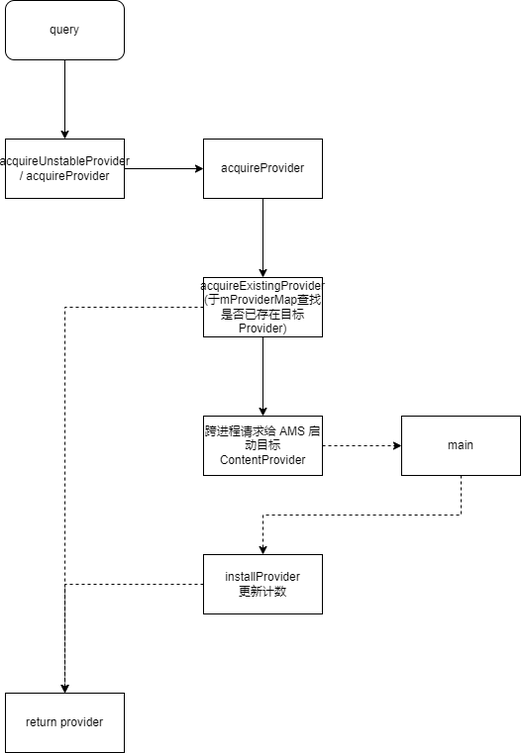
huanggenghg/huanggenghg keeps this draw.io diagram as res/acquireProvider 的具体实现.drawio.png. Above is the earlier version. Source tidied: cells renumbered, new cells last; positions are measured from the earlier drawing's top-left corner, leaving out a move shared by most shapes.
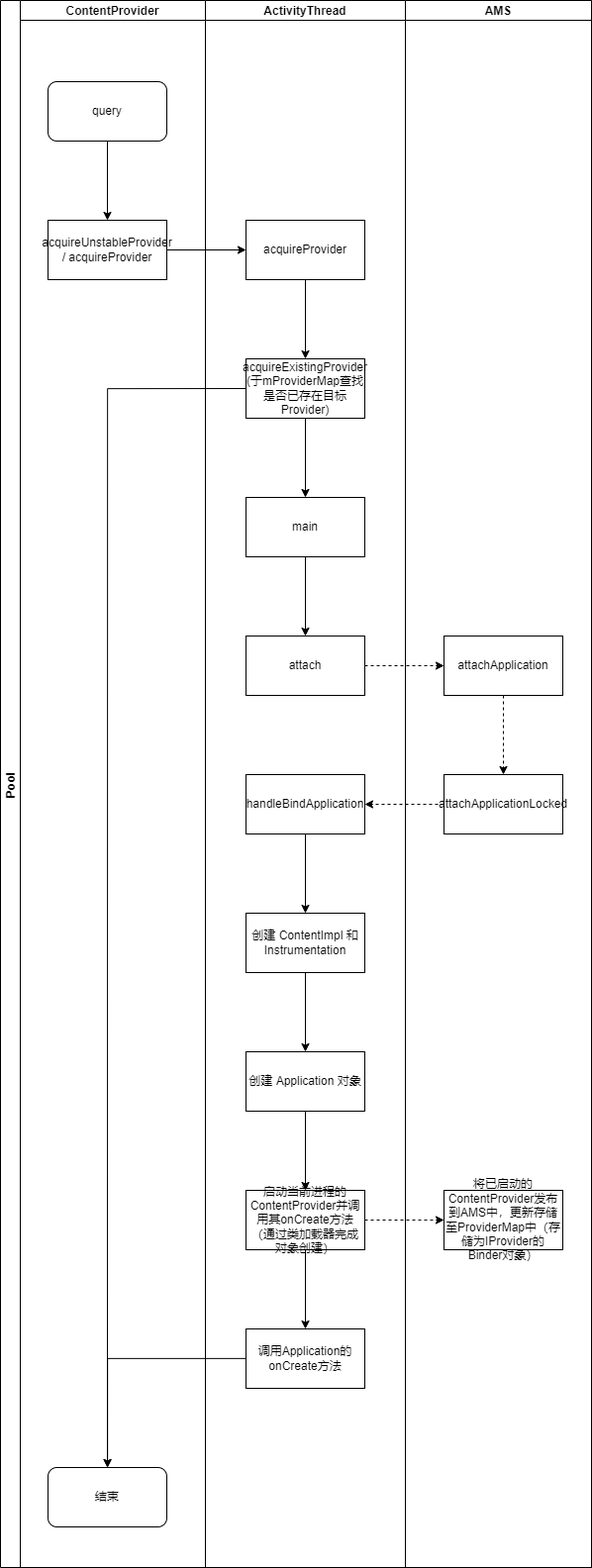
The same file after the commit.

Commit message:
更新acquireProvider 的具体实现.drawio.png

The edit, as a diff of the source:
```diff
@@ -25,32 +25,86 @@
     <mxCell id="8" style="edgeStyle=orthogonalEdgeStyle;rounded=0;jettySize=auto;html=1;" parent="1" edge="1" source="10" target="12">
       <mxGeometry relative="1" as="geometry" />
     </mxCell>
-    <mxCell id="9" style="edgeStyle=orthogonalEdgeStyle;rounded=0;jettySize=auto;html=1;exitX=0;exitY=0.5;exitDx=0;exitDy=0;dashed=1;" parent="1" edge="1" source="10" target="17">
+    <mxCell id="9" style="edgeStyle=orthogonalEdgeStyle;rounded=0;jettySize=auto;html=1;exitX=0;exitY=0.5;exitDx=0;exitDy=0;entryX=0.5;entryY=0;entryDx=0;entryDy=0;" parent="1" edge="1" source="10" target="40">
       <mxGeometry relative="1" as="geometry" />
     </mxCell>
     <mxCell id="10" value="acquireExistingProvider&lt;br&gt;(于mProviderMap查找是否已存在目标Provider)" style="whiteSpace=wrap;html=1;rounded=0;" parent="1" vertex="1">
       <mxGeometry x="200" y="280" width="120" height="60" as="geometry" />
     </mxCell>
-    <mxCell id="11" style="edgeStyle=orthogonalEdgeStyle;rounded=0;jettySize=auto;html=1;dashed=1;" parent="1" edge="1" source="12" target="16">
-      <mxGeometry relative="1" as="geometry" />
-    </mxCell>
+    <mxCell id="18" style="edgeStyle=orthogonalEdgeStyle;rounded=0;jettySize=auto;html=1;exitX=0.5;exitY=1;exitDx=0;exitDy=0;" parent="1" edge="1" source="12" target="14">
+      <mxGeometry relative="1" as="geometry" />
+    </mxCell>
-    <mxCell id="12" value="跨进程请求给 AMS 启动目标 ContentProvider" style="whiteSpace=wrap;html=1;rounded=0;" parent="1" vertex="1">
+    <mxCell id="12" value="main" style="whiteSpace=wrap;html=1;rounded=0;" parent="1" vertex="1">
       <mxGeometry x="200" y="420" width="120" height="60" as="geometry" />
     </mxCell>
-    <mxCell id="13" style="edgeStyle=orthogonalEdgeStyle;rounded=0;jettySize=auto;html=1;dashed=1;entryX=0.5;entryY=0;entryDx=0;entryDy=0;" parent="1" edge="1" source="14" target="17">
-      <mxGeometry relative="1" as="geometry" />
-    </mxCell>
+    <mxCell id="19" style="edgeStyle=orthogonalEdgeStyle;rounded=0;jettySize=auto;html=1;dashed=1;" parent="1" edge="1" source="14" target="26">
+      <mxGeometry relative="1" as="geometry" />
+    </mxCell>
-    <mxCell id="14" value="installProvider&lt;br&gt;更新计数" style="whiteSpace=wrap;html=1;rounded=0;" parent="1" vertex="1">
+    <mxCell id="14" value="attach" style="whiteSpace=wrap;html=1;rounded=0;" parent="1" vertex="1">
       <mxGeometry x="200" y="560" width="120" height="60" as="geometry" />
     </mxCell>
-    <mxCell id="15" style="edgeStyle=orthogonalEdgeStyle;rounded=0;jettySize=auto;html=1;exitX=0.5;exitY=1;exitDx=0;exitDy=0;entryX=0.5;entryY=0;entryDx=0;entryDy=0;dashed=1;" parent="1" edge="1" source="16" target="14">
-      <mxGeometry relative="1" as="geometry" />
-    </mxCell>
-    <mxCell id="16" value="main" style="whiteSpace=wrap;html=1;rounded=0;" parent="1" vertex="1">
-      <mxGeometry x="400" y="420" width="120" height="60" as="geometry" />
-    </mxCell>
-    <mxCell id="17" value="return provider" style="whiteSpace=wrap;html=1;rounded=0;" parent="1" vertex="1">
-      <mxGeometry y="700" width="120" height="60" as="geometry" />
-    </mxCell>
+    <mxCell id="20" value="Pool" style="swimlane;startSize=20;horizontal=0;" parent="1" vertex="1">
+      <mxGeometry x="-48" y="-82" width="597" height="1583" as="geometry" />
+    </mxCell>
+    <mxCell id="21" value="ContentProvider" style="swimlane;startSize=20;" parent="20" vertex="1">
+      <mxGeometry x="20" width="187" height="1583" as="geometry" />
+    </mxCell>
+    <mxCell id="22" value="ActivityThread" style="swimlane;startSize=20;" parent="20" vertex="1">
+      <mxGeometry x="207" width="202" height="1583" as="geometry" />
+    </mxCell>
+    <mxCell id="23" value="handleBindApplication" style="whiteSpace=wrap;html=1;rounded=0;" parent="22" vertex="1">
+      <mxGeometry x="41" y="782" width="120" height="60" as="geometry" />
+    </mxCell>
+    <mxCell id="24" value="AMS" style="swimlane;startSize=20;" parent="20" vertex="1">
+      <mxGeometry x="409" width="188" height="1583" as="geometry" />
+    </mxCell>
+    <mxCell id="25" style="edgeStyle=orthogonalEdgeStyle;rounded=0;jettySize=auto;html=1;dashed=1;" parent="24" edge="1" source="26" target="27">
+      <mxGeometry relative="1" as="geometry" />
+    </mxCell>
+    <mxCell id="26" value="attachApplication" style="whiteSpace=wrap;html=1;rounded=0;" parent="24" vertex="1">
+      <mxGeometry x="39" y="642" width="120" height="60" as="geometry" />
+    </mxCell>
+    <mxCell id="27" value="attachApplicationLocked" style="whiteSpace=wrap;html=1;rounded=0;" parent="24" vertex="1">
+      <mxGeometry x="39" y="782" width="120" height="60" as="geometry" />
+    </mxCell>
+    <mxCell id="28" style="edgeStyle=orthogonalEdgeStyle;rounded=0;jettySize=auto;html=1;exitX=0;exitY=0.5;exitDx=0;exitDy=0;entryX=1;entryY=0.5;entryDx=0;entryDy=0;dashed=1;" parent="20" edge="1" source="27" target="23">
+      <mxGeometry relative="1" as="geometry" />
+    </mxCell>
+    <mxCell id="29" style="edgeStyle=orthogonalEdgeStyle;rounded=0;jettySize=auto;html=1;" parent="1" edge="1" source="30" target="33">
+      <mxGeometry relative="1" as="geometry" />
+    </mxCell>
+    <mxCell id="30" value="创建 ContentImpl 和 Instrumentation" style="whiteSpace=wrap;html=1;rounded=0;" parent="1" vertex="1">
+      <mxGeometry x="200" y="840" width="120" height="60" as="geometry" />
+    </mxCell>
+    <mxCell id="31" style="edgeStyle=orthogonalEdgeStyle;rounded=0;jettySize=auto;html=1;" parent="1" edge="1" source="23" target="30">
+      <mxGeometry relative="1" as="geometry" />
+    </mxCell>
+    <mxCell id="32" style="edgeStyle=orthogonalEdgeStyle;rounded=0;jettySize=auto;html=1;" parent="1" edge="1" source="33" target="36">
+      <mxGeometry relative="1" as="geometry" />
+    </mxCell>
+    <mxCell id="33" value="创建 Application 对象" style="whiteSpace=wrap;html=1;rounded=0;" parent="1" vertex="1">
+      <mxGeometry x="200" y="980" width="120" height="60" as="geometry" />
+    </mxCell>
+    <mxCell id="34" style="edgeStyle=orthogonalEdgeStyle;rounded=0;jettySize=auto;html=1;dashed=1;" parent="1" edge="1" source="36" target="37">
+      <mxGeometry relative="1" as="geometry" />
+    </mxCell>
+    <mxCell id="35" style="edgeStyle=orthogonalEdgeStyle;rounded=0;jettySize=auto;html=1;" parent="1" edge="1" source="36" target="39">
+      <mxGeometry relative="1" as="geometry" />
+    </mxCell>
+    <mxCell id="36" value="启动当前进程的ContentProvider并调用其onCreate方法（通过类加载器完成对象创建）" style="whiteSpace=wrap;html=1;rounded=0;" parent="1" vertex="1">
+      <mxGeometry x="200" y="1120" width="120" height="60" as="geometry" />
+    </mxCell>
+    <mxCell id="37" value="将已启动的ContentProvider发布到AMS中，更新存储至ProviderMap中（存储为IProvider的Binder对象）" style="whiteSpace=wrap;html=1;rounded=0;" parent="1" vertex="1">
+      <mxGeometry x="400" y="1120" width="120" height="60" as="geometry" />
+    </mxCell>
+    <mxCell id="38" style="edgeStyle=orthogonalEdgeStyle;rounded=0;jettySize=auto;html=1;" parent="1" edge="1" source="39" target="40">
+      <mxGeometry relative="1" as="geometry" />
+    </mxCell>
+    <mxCell id="39" value="调用Application的onCreate方法" style="whiteSpace=wrap;html=1;rounded=0;" parent="1" vertex="1">
+      <mxGeometry x="200" y="1260" width="120" height="60" as="geometry" />
+    </mxCell>
+    <mxCell id="40" value="结束" style="rounded=1;whiteSpace=wrap;html=1;" parent="1" vertex="1">
+      <mxGeometry y="1400" width="120" height="60" as="geometry" />
+    </mxCell>
   </root>
 </mxGraphModel>
```
